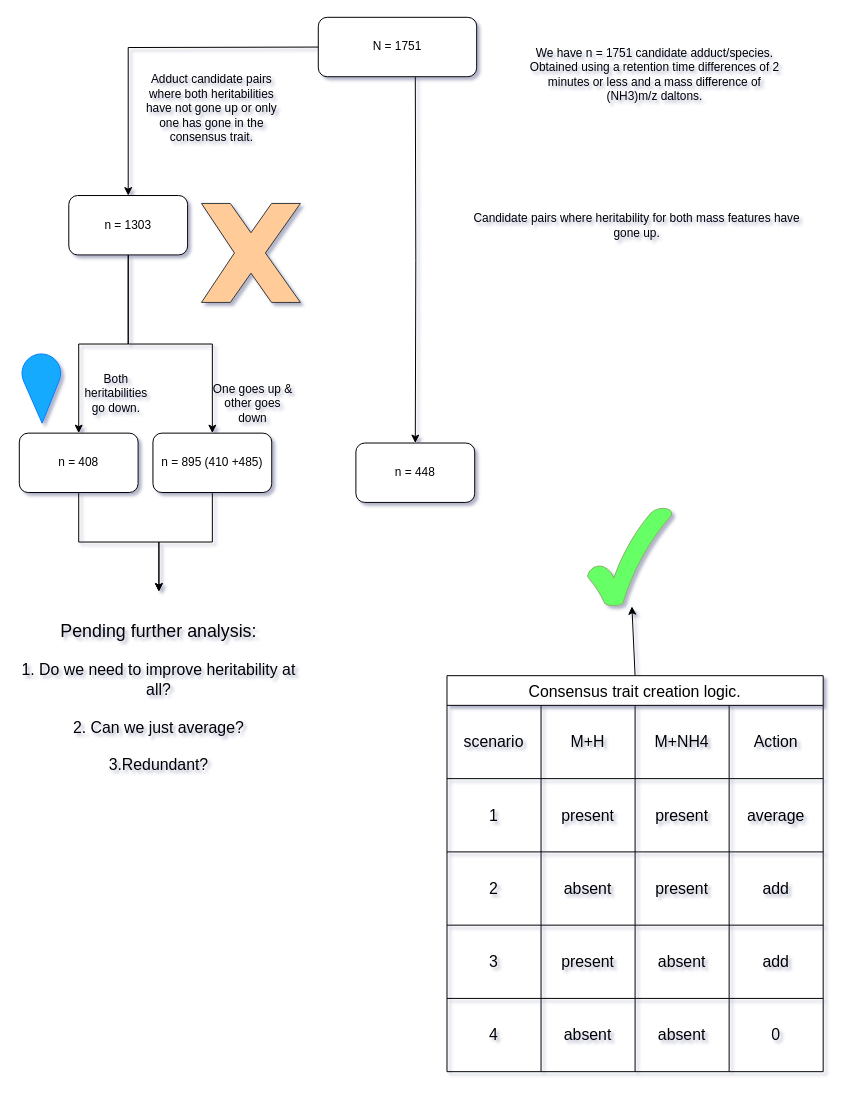
Above: page "Page-2" (2 of 2) of adduct_binning_decision_tree.drawio in RijanHasTwoEars7/draw_io_illustrations (draw.io), before the change. Source tidied: cells renumbered, new cells numbered last; positions are measured from the earlier drawing's top-left corner, leaving out a move shared by most shapes. Both pictures are drawn from the tidied source at 99%, with x=0, y=0 at pixel (17, 17).
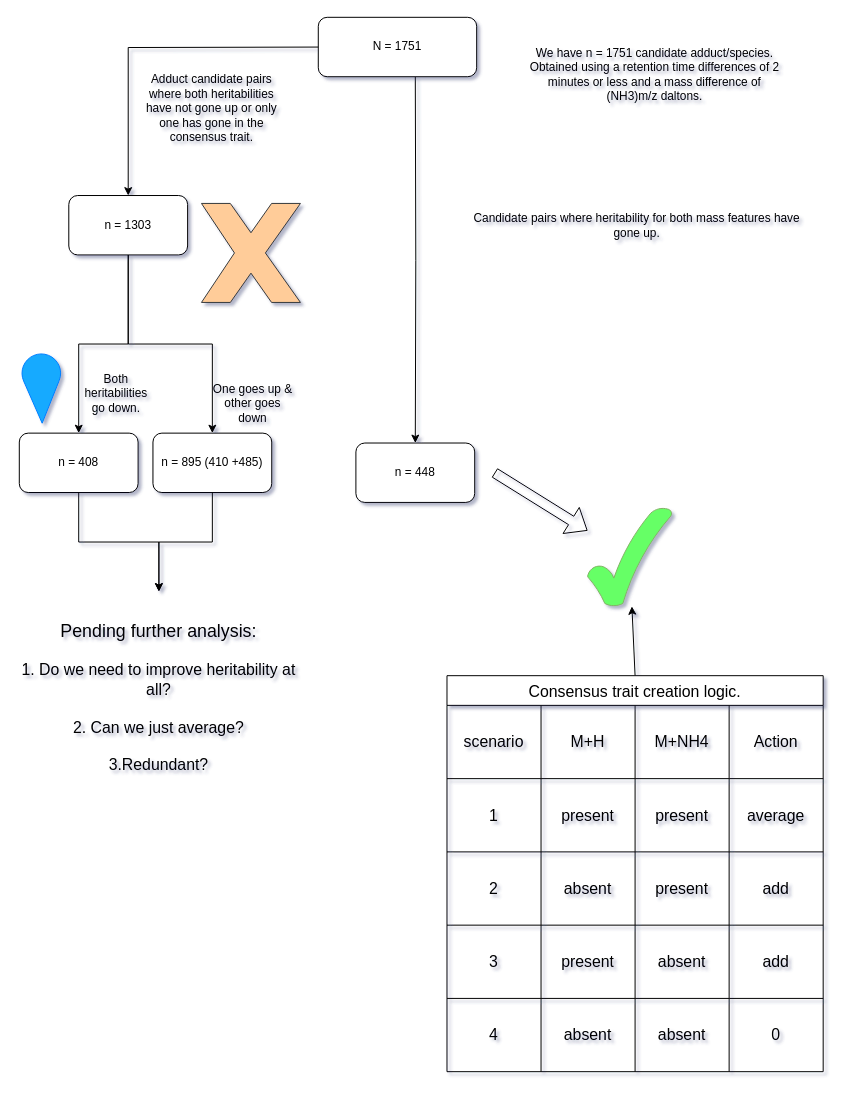
Above is the later version.

Commit message:
added a missing arrow

The change refers to these unchanged cells:
```xml
<mxCell id="45" style="verticalLabelPosition=bottom;verticalAlign=top;html=1;shape=mxgraph.basic.tick;fillColor=#66FF66;strokeColor=#82b366;" parent="1" vertex="1">
  <mxGeometry x="576" y="495" width="85" height="100" as="geometry" />
</mxCell>
```

Change to the diagram source:
```diff
@@
+    <mxCell id="49" style="shape=flexArrow;endArrow=classic;html=1;rounded=0;" parent="1" edge="1" target="45">
+      <mxGeometry relative="1" as="geometry">
+        <mxPoint x="482" y="460" as="sourcePoint" />
+      </mxGeometry>
+    </mxCell>
```
